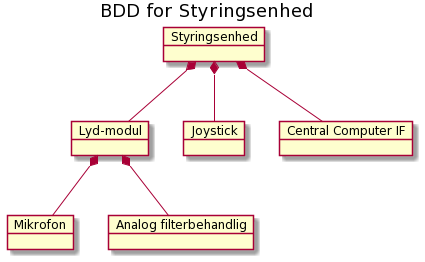
The PlantUML diagram Diagrammer/Styringsenhed_Bdd/Styringsenhed_Bdd.png in Solvgraa-mager/E3PRJ3, before a commit.
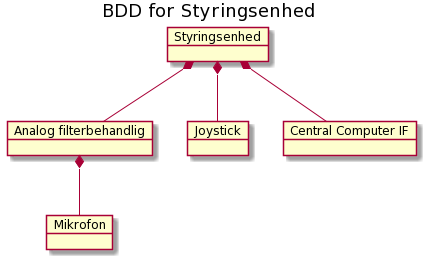
After the change.

Change to the diagram source:
```diff
@@ -4,15 +4,13 @@
 title BDD for Styringsenhed
 
 object "Styringsenhed" as styringsenhed
-object "Lyd-modul" as lydmodul
 object "Mikrofon" as mikrofon
 object "Analog filterbehandlig" as filter
 object "Joystick" as joystick
 object "Central Computer IF" as centralComputerIF
 
-styringsenhed *-- lydmodul
-    lydmodul *-- mikrofon
-    lydmodul *-- filter
+styringsenhed *-- filter
+    filter *-- mikrofon
 styringsenhed *-- joystick
 styringsenhed *-- centralComputerIF
 @enduml
```
